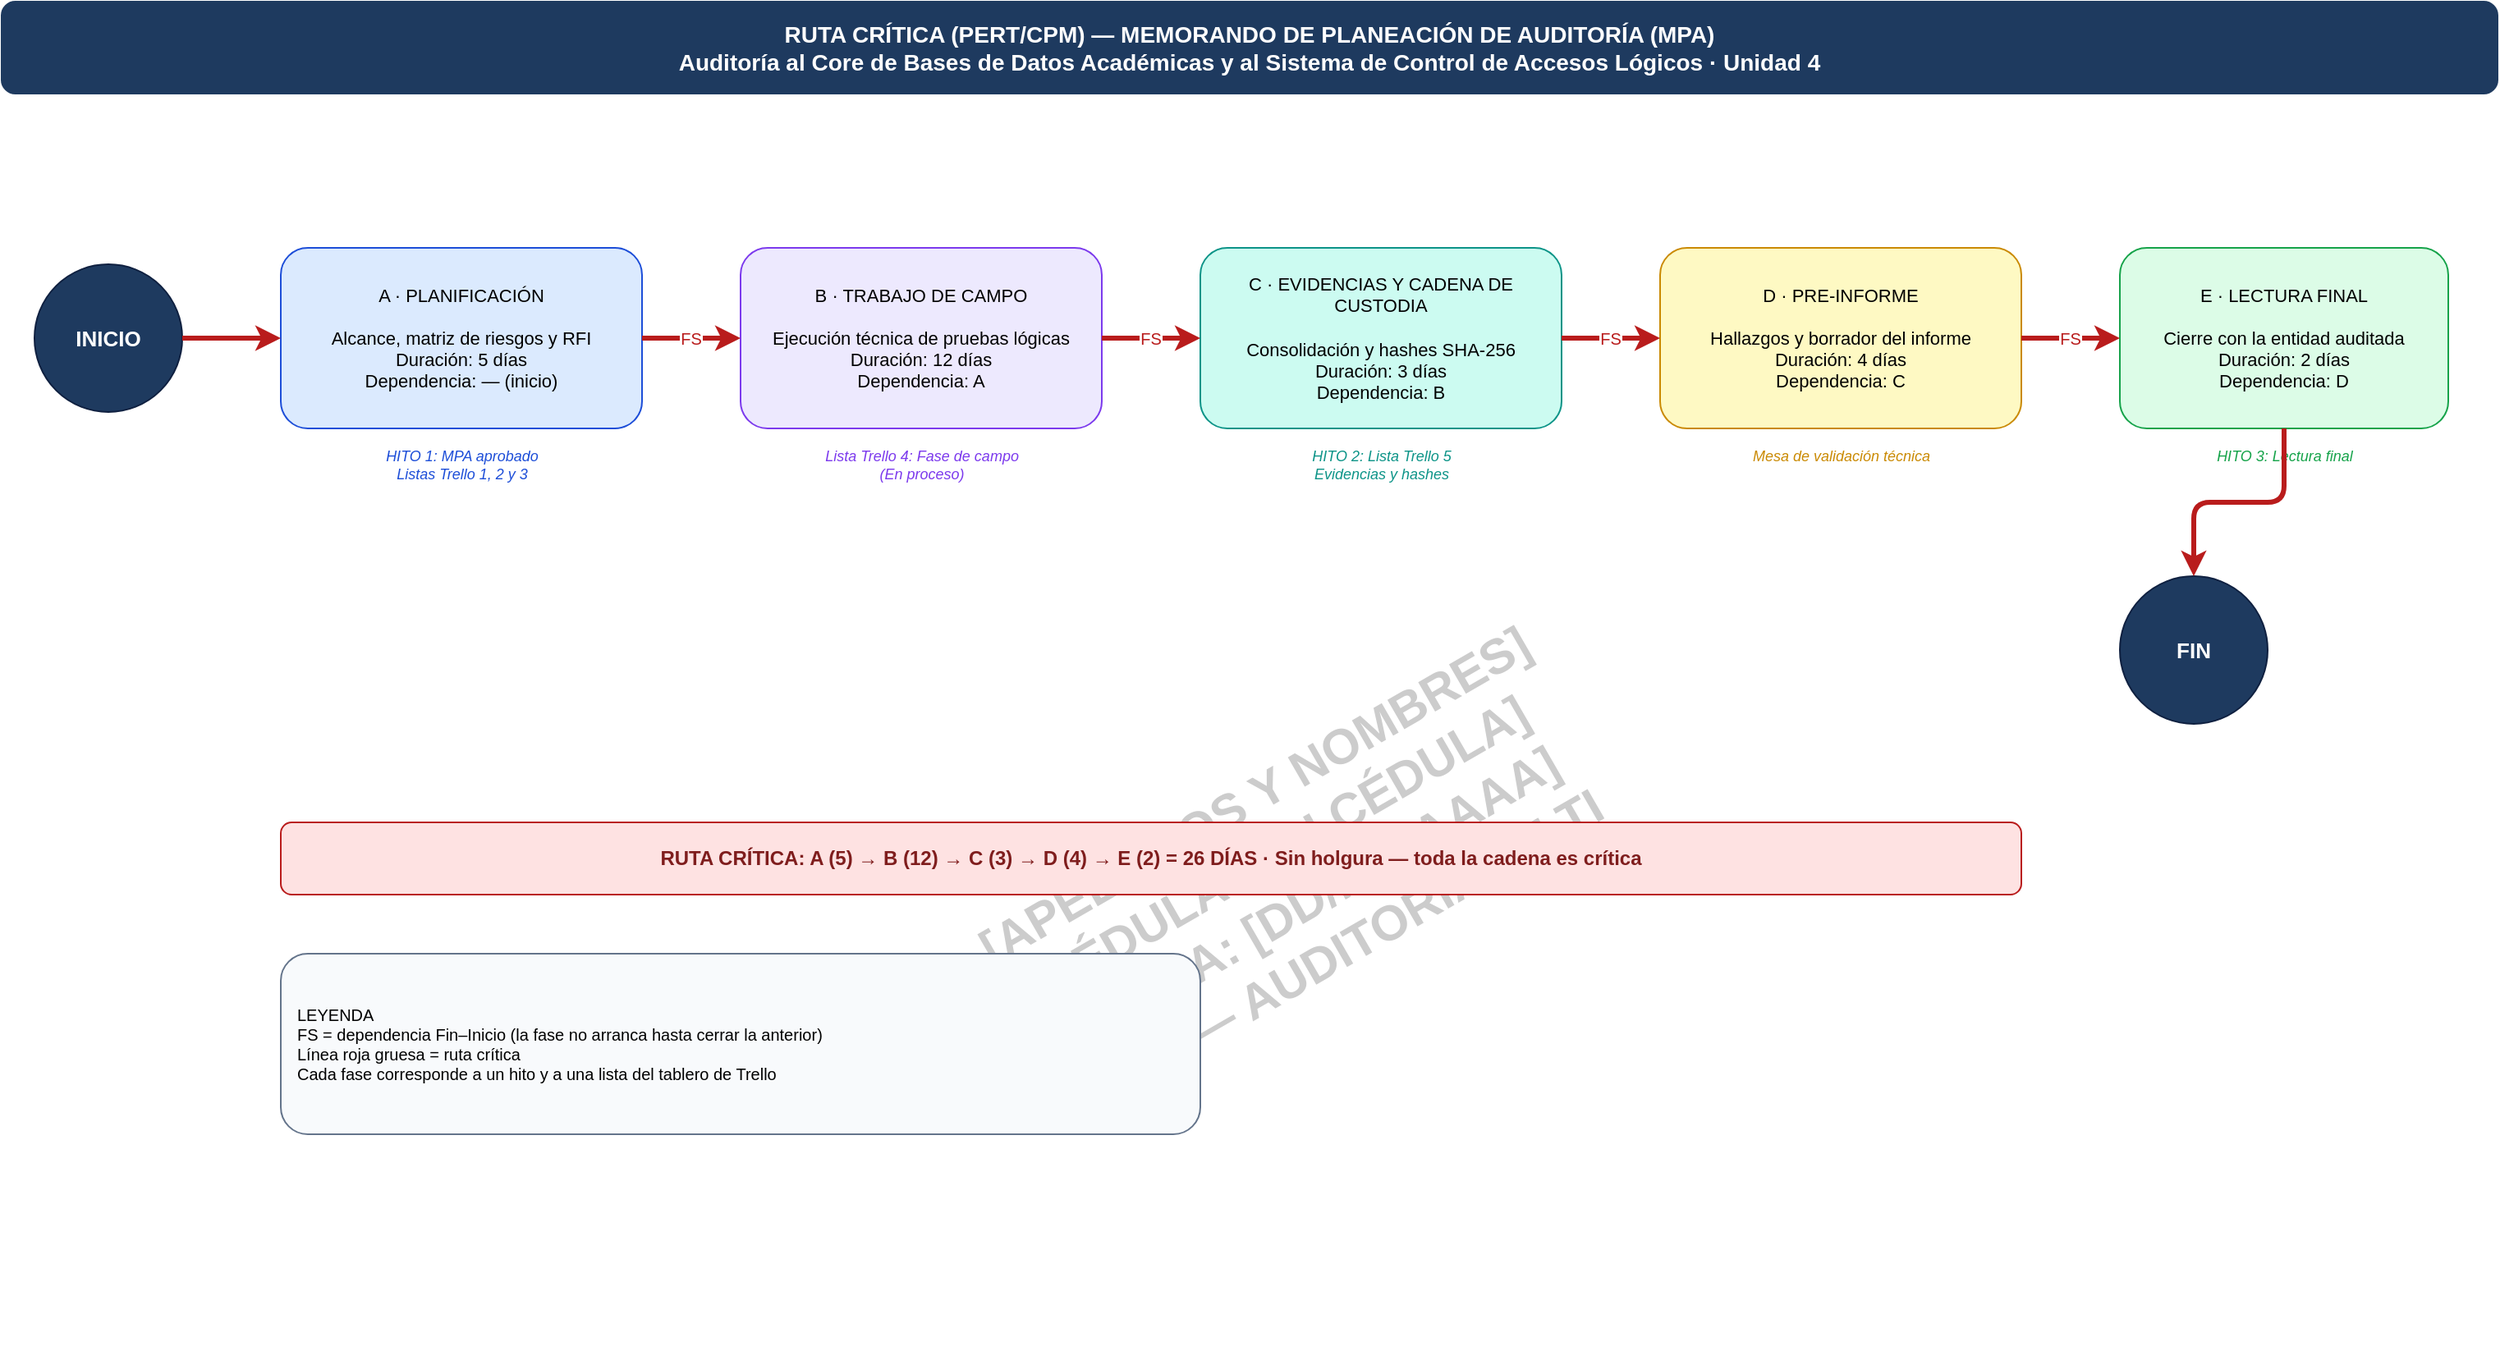
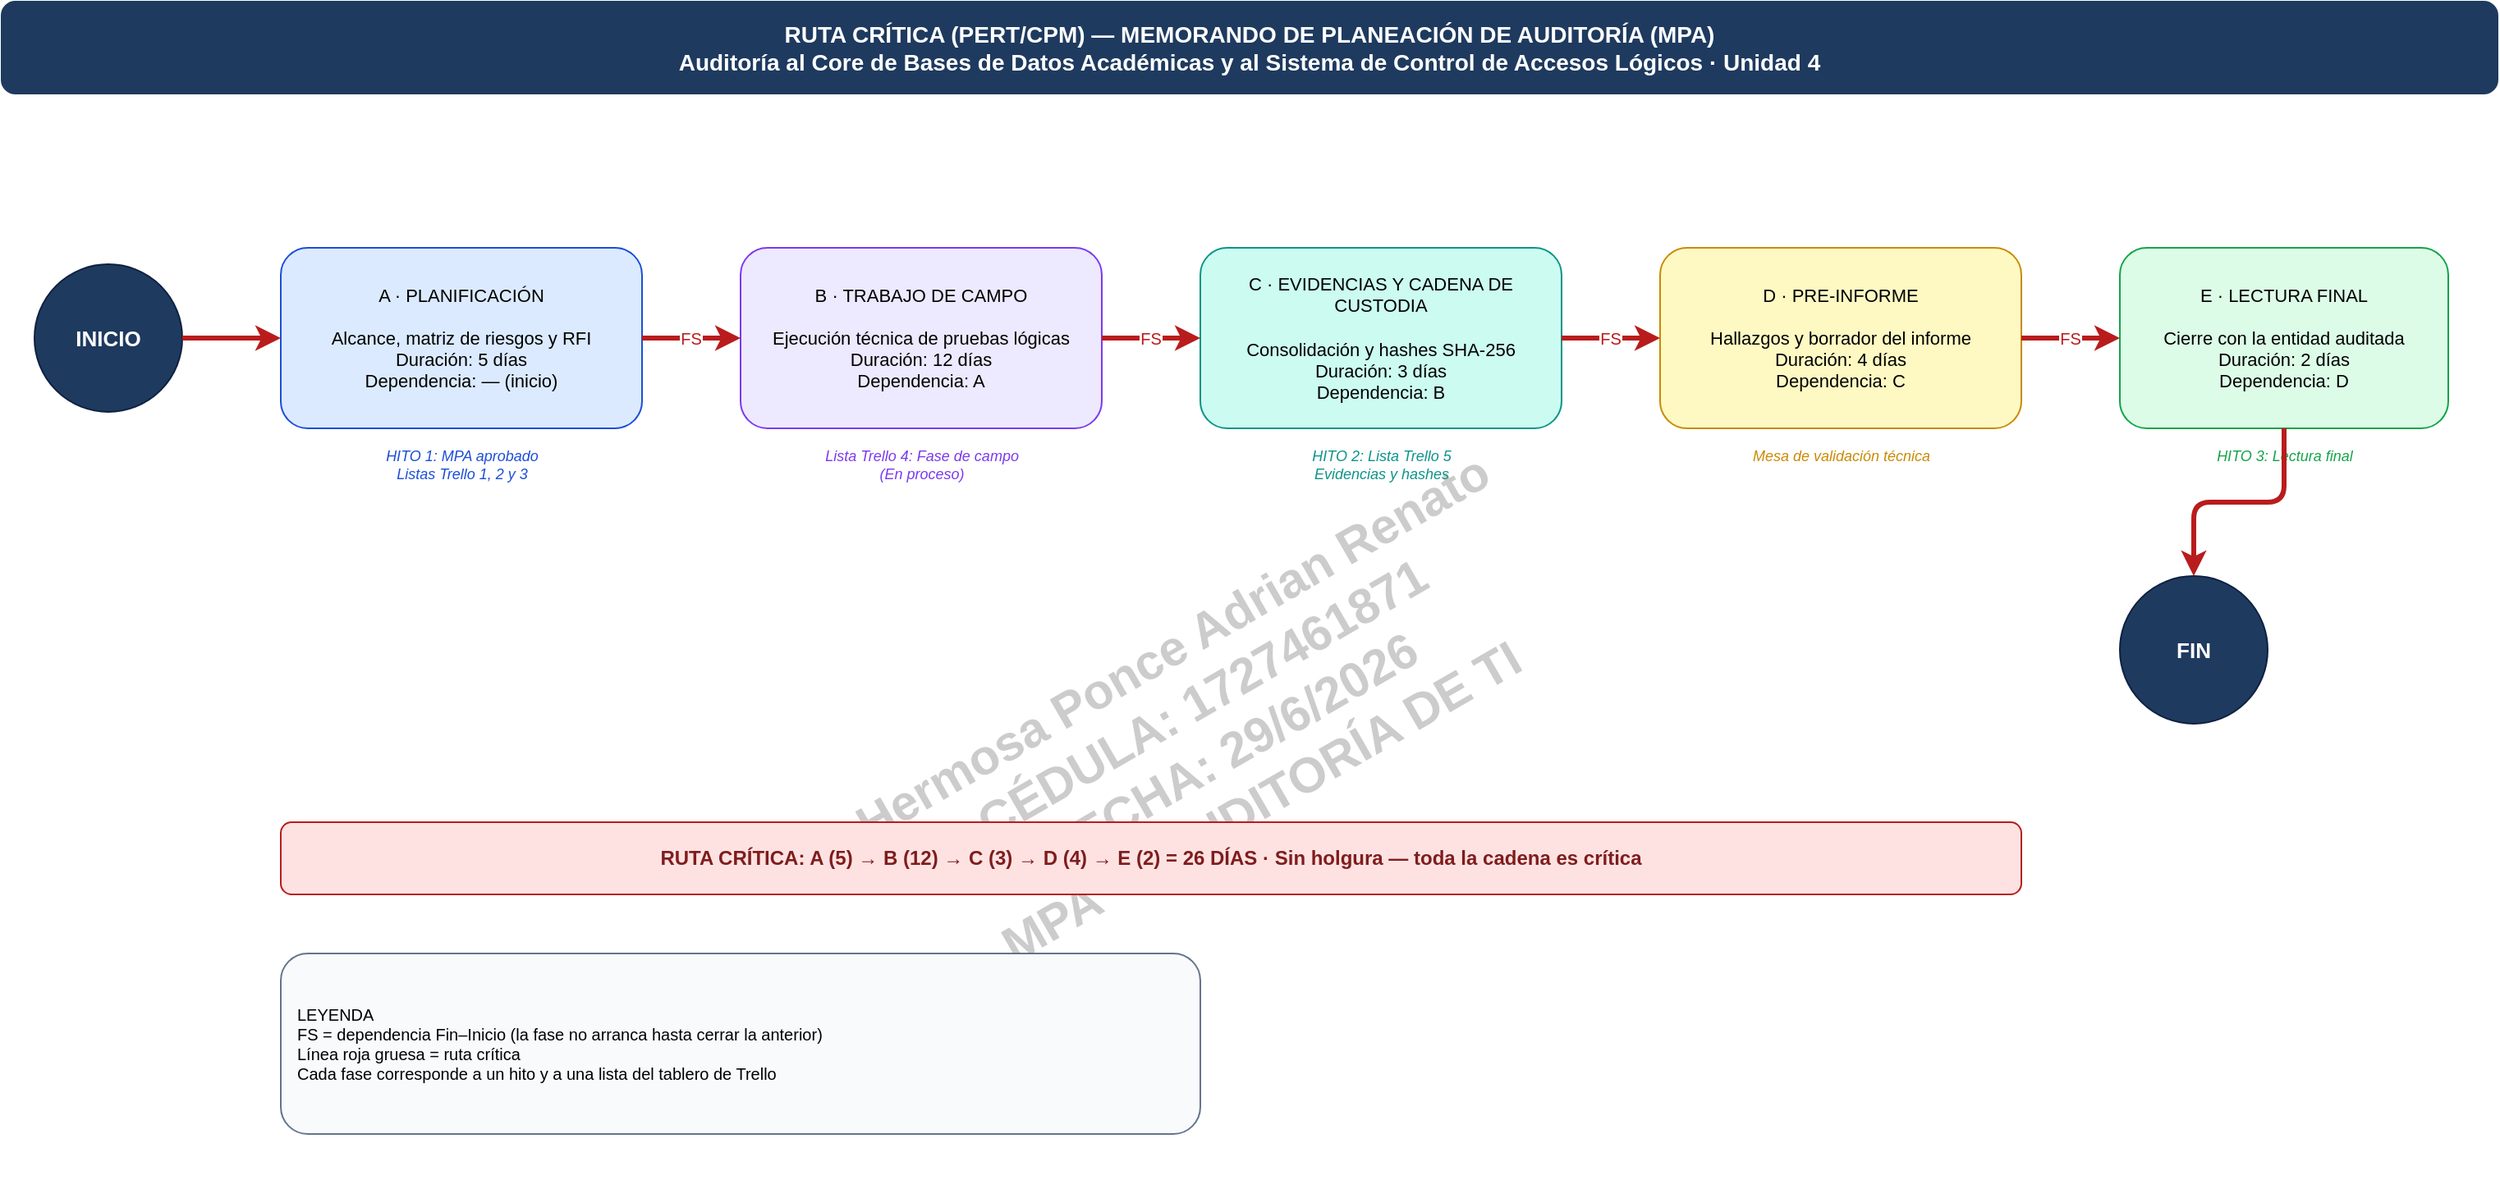
- <mxfile host="app.diagrams.net" modified="2026-06-29" agent="Claude AI" version="24.0.0" type="device">
+ <mxfile host="app.diagrams.net" agent="Claude AI">
  <diagram id="ruta-critica-mpa" name="Ruta Crítica — MPA Auditoría TI">
-     <mxGraphModel dx="1400" dy="900" grid="1" gridSize="10" guides="1" tooltips="1" connect="1" arrows="1" fold="1" page="1" pageScale="1" pageWidth="1600" pageHeight="1100" math="0" shadow="0">
+     <mxGraphModel dx="1691" dy="862" grid="1" gridSize="10" guides="1" tooltips="1" connect="1" arrows="1" fold="1" page="1" pageScale="1" pageWidth="1600" pageHeight="1100" math="0" shadow="0">
      <root>
-         <mxCell id="0"/>
-         <mxCell id="1" parent="0"/>
- 
-         <!-- ══ MARCA DE AGUA (REEMPLAZA TUS DATOS) ══ -->
-         <mxCell id="watermark" value="[APELLIDOS Y NOMBRES]&#xa;CÉDULA: [TU CÉDULA]&#xa;FECHA: [DD/MM/AAAA]&#xa;MPA — AUDITORÍA DE TI" style="text;html=1;align=center;verticalAlign=middle;whiteSpace=wrap;fontSize=30;fontStyle=1;fontColor=#CCCCCC;opacity=15;rotation=-30;" parent="1" vertex="1">
-           <mxGeometry x="480" y="420" width="700" height="260" as="geometry"/>
+         <mxCell id="0" />
+         <mxCell id="1" parent="0" />
+         <mxCell id="watermark" parent="1" style="text;html=1;align=center;verticalAlign=middle;whiteSpace=wrap;fontSize=30;fontStyle=1;fontColor=#CCCCCC;opacity=15;rotation=-30;" value="Hermosa Ponce Adrian Renato&lt;br&gt;CÉDULA: 1727461871&lt;br&gt;FECHA: 29/6/2026&lt;br&gt;MPA — AUDITORÍA DE TI" vertex="1">
+           <mxGeometry height="260" width="700" x="430" y="330" as="geometry" />
        </mxCell>
- 
-         <!-- ══ TÍTULO ══ -->
-         <mxCell id="titulo" value="RUTA CRÍTICA (PERT/CPM) — MEMORANDO DE PLANEACIÓN DE AUDITORÍA (MPA)&#xa;Auditoría al Core de Bases de Datos Académicas y al Sistema de Control de Accesos Lógicos · Unidad 4" style="text;html=1;align=center;verticalAlign=middle;whiteSpace=wrap;rounded=1;fontSize=14;fontStyle=1;fillColor=#1E3A5F;fontColor=#FFFFFF;strokeColor=#1E3A5F;" parent="1" vertex="1">
-           <mxGeometry x="40" y="20" width="1520" height="56" as="geometry"/>
+         <mxCell id="titulo" parent="1" style="text;html=1;align=center;verticalAlign=middle;whiteSpace=wrap;rounded=1;fontSize=14;fontStyle=1;fillColor=#1E3A5F;fontColor=#FFFFFF;strokeColor=#1E3A5F;" value="RUTA CRÍTICA (PERT/CPM) — MEMORANDO DE PLANEACIÓN DE AUDITORÍA (MPA)&#xa;Auditoría al Core de Bases de Datos Académicas y al Sistema de Control de Accesos Lógicos · Unidad 4" vertex="1">
+           <mxGeometry height="56" width="1520" x="40" y="20" as="geometry" />
        </mxCell>
- 
-         <!-- ══ NODO INICIO ══ -->
-         <mxCell id="inicio" value="INICIO" style="ellipse;whiteSpace=wrap;html=1;fillColor=#1E3A5F;strokeColor=#0F2040;fontColor=#FFFFFF;fontSize=13;fontStyle=1;align=center;" parent="1" vertex="1">
-           <mxGeometry x="60" y="180" width="90" height="90" as="geometry"/>
+         <mxCell id="inicio" parent="1" style="ellipse;whiteSpace=wrap;html=1;fillColor=#1E3A5F;strokeColor=#0F2040;fontColor=#FFFFFF;fontSize=13;fontStyle=1;align=center;" value="INICIO" vertex="1">
+           <mxGeometry height="90" width="90" x="60" y="180" as="geometry" />
        </mxCell>
- 
-         <!-- ══ FASE A — PLANIFICACIÓN ══ -->
-         <mxCell id="fA" value="A · PLANIFICACIÓN&#xa;&#xa;Alcance, matriz de riesgos y RFI&#xa;Duración: 5 días&#xa;Dependencia: — (inicio)" style="rounded=1;whiteSpace=wrap;html=1;fillColor=#DBEAFE;strokeColor=#1D4ED8;fontSize=11;fontStyle=0;align=center;verticalAlign=middle;" parent="1" vertex="1">
-           <mxGeometry x="210" y="170" width="220" height="110" as="geometry"/>
+         <mxCell id="fA" parent="1" style="rounded=1;whiteSpace=wrap;html=1;fillColor=#DBEAFE;strokeColor=#1D4ED8;fontSize=11;fontStyle=0;align=center;verticalAlign=middle;" value="A · PLANIFICACIÓN&#xa;&#xa;Alcance, matriz de riesgos y RFI&#xa;Duración: 5 días&#xa;Dependencia: — (inicio)" vertex="1">
+           <mxGeometry height="110" width="220" x="210" y="170" as="geometry" />
        </mxCell>
-         <mxCell id="hA" value="HITO 1: MPA aprobado&#xa;Listas Trello 1, 2 y 3" style="text;html=1;align=center;fontSize=9;fontStyle=2;fontColor=#1D4ED8;" parent="1" vertex="1">
-           <mxGeometry x="210" y="285" width="220" height="34" as="geometry"/>
+         <mxCell id="hA" parent="1" style="text;html=1;align=center;fontSize=9;fontStyle=2;fontColor=#1D4ED8;" value="HITO 1: MPA aprobado&#xa;Listas Trello 1, 2 y 3" vertex="1">
+           <mxGeometry height="34" width="220" x="210" y="285" as="geometry" />
        </mxCell>
- 
-         <!-- ══ FASE B — TRABAJO DE CAMPO ══ -->
-         <mxCell id="fB" value="B · TRABAJO DE CAMPO&#xa;&#xa;Ejecución técnica de pruebas lógicas&#xa;Duración: 12 días&#xa;Dependencia: A" style="rounded=1;whiteSpace=wrap;html=1;fillColor=#EDE9FE;strokeColor=#7C3AED;fontSize=11;align=center;verticalAlign=middle;" parent="1" vertex="1">
-           <mxGeometry x="490" y="170" width="220" height="110" as="geometry"/>
+         <mxCell id="fB" parent="1" style="rounded=1;whiteSpace=wrap;html=1;fillColor=#EDE9FE;strokeColor=#7C3AED;fontSize=11;align=center;verticalAlign=middle;" value="B · TRABAJO DE CAMPO&#xa;&#xa;Ejecución técnica de pruebas lógicas&#xa;Duración: 12 días&#xa;Dependencia: A" vertex="1">
+           <mxGeometry height="110" width="220" x="490" y="170" as="geometry" />
        </mxCell>
-         <mxCell id="hB" value="Lista Trello 4: Fase de campo&#xa;(En proceso)" style="text;html=1;align=center;fontSize=9;fontStyle=2;fontColor=#7C3AED;" parent="1" vertex="1">
-           <mxGeometry x="490" y="285" width="220" height="34" as="geometry"/>
+         <mxCell id="hB" parent="1" style="text;html=1;align=center;fontSize=9;fontStyle=2;fontColor=#7C3AED;" value="Lista Trello 4: Fase de campo&#xa;(En proceso)" vertex="1">
+           <mxGeometry height="34" width="220" x="490" y="285" as="geometry" />
        </mxCell>
- 
-         <!-- ══ FASE C — EVIDENCIAS ══ -->
-         <mxCell id="fC" value="C · EVIDENCIAS Y CADENA DE CUSTODIA&#xa;&#xa;Consolidación y hashes SHA-256&#xa;Duración: 3 días&#xa;Dependencia: B" style="rounded=1;whiteSpace=wrap;html=1;fillColor=#CCFBF1;strokeColor=#0D9488;fontSize=11;align=center;verticalAlign=middle;" parent="1" vertex="1">
-           <mxGeometry x="770" y="170" width="220" height="110" as="geometry"/>
+         <mxCell id="fC" parent="1" style="rounded=1;whiteSpace=wrap;html=1;fillColor=#CCFBF1;strokeColor=#0D9488;fontSize=11;align=center;verticalAlign=middle;" value="C · EVIDENCIAS Y CADENA DE CUSTODIA&#xa;&#xa;Consolidación y hashes SHA-256&#xa;Duración: 3 días&#xa;Dependencia: B" vertex="1">
+           <mxGeometry height="110" width="220" x="770" y="170" as="geometry" />
        </mxCell>
-         <mxCell id="hC" value="HITO 2: Lista Trello 5&#xa;Evidencias y hashes" style="text;html=1;align=center;fontSize=9;fontStyle=2;fontColor=#0D9488;" parent="1" vertex="1">
-           <mxGeometry x="770" y="285" width="220" height="34" as="geometry"/>
+         <mxCell id="hC" parent="1" style="text;html=1;align=center;fontSize=9;fontStyle=2;fontColor=#0D9488;" value="HITO 2: Lista Trello 5&#xa;Evidencias y hashes" vertex="1">
+           <mxGeometry height="34" width="220" x="770" y="285" as="geometry" />
        </mxCell>
- 
-         <!-- ══ FASE D — PRE-INFORME ══ -->
-         <mxCell id="fD" value="D · PRE-INFORME&#xa;&#xa;Hallazgos y borrador del informe&#xa;Duración: 4 días&#xa;Dependencia: C" style="rounded=1;whiteSpace=wrap;html=1;fillColor=#FEF9C3;strokeColor=#CA8A04;fontSize=11;align=center;verticalAlign=middle;" parent="1" vertex="1">
-           <mxGeometry x="1050" y="170" width="220" height="110" as="geometry"/>
+         <mxCell id="fD" parent="1" style="rounded=1;whiteSpace=wrap;html=1;fillColor=#FEF9C3;strokeColor=#CA8A04;fontSize=11;align=center;verticalAlign=middle;" value="D · PRE-INFORME&#xa;&#xa;Hallazgos y borrador del informe&#xa;Duración: 4 días&#xa;Dependencia: C" vertex="1">
+           <mxGeometry height="110" width="220" x="1050" y="170" as="geometry" />
        </mxCell>
-         <mxCell id="hD" value="Mesa de validación técnica" style="text;html=1;align=center;fontSize=9;fontStyle=2;fontColor=#CA8A04;" parent="1" vertex="1">
-           <mxGeometry x="1050" y="285" width="220" height="20" as="geometry"/>
+         <mxCell id="hD" parent="1" style="text;html=1;align=center;fontSize=9;fontStyle=2;fontColor=#CA8A04;" value="Mesa de validación técnica" vertex="1">
+           <mxGeometry height="20" width="220" x="1050" y="285" as="geometry" />
        </mxCell>
- 
-         <!-- ══ FASE E — LECTURA FINAL ══ -->
-         <mxCell id="fE" value="E · LECTURA FINAL&#xa;&#xa;Cierre con la entidad auditada&#xa;Duración: 2 días&#xa;Dependencia: D" style="rounded=1;whiteSpace=wrap;html=1;fillColor=#DCFCE7;strokeColor=#16A34A;fontSize=11;align=center;verticalAlign=middle;" parent="1" vertex="1">
-           <mxGeometry x="1330" y="170" width="200" height="110" as="geometry"/>
+         <mxCell id="fE" parent="1" style="rounded=1;whiteSpace=wrap;html=1;fillColor=#DCFCE7;strokeColor=#16A34A;fontSize=11;align=center;verticalAlign=middle;" value="E · LECTURA FINAL&#xa;&#xa;Cierre con la entidad auditada&#xa;Duración: 2 días&#xa;Dependencia: D" vertex="1">
+           <mxGeometry height="110" width="200" x="1330" y="170" as="geometry" />
        </mxCell>
-         <mxCell id="hE" value="HITO 3: Lectura final" style="text;html=1;align=center;fontSize=9;fontStyle=2;fontColor=#16A34A;" parent="1" vertex="1">
-           <mxGeometry x="1330" y="285" width="200" height="20" as="geometry"/>
+         <mxCell id="hE" parent="1" style="text;html=1;align=center;fontSize=9;fontStyle=2;fontColor=#16A34A;" value="HITO 3: Lectura final" vertex="1">
+           <mxGeometry height="20" width="200" x="1330" y="285" as="geometry" />
        </mxCell>
- 
-         <!-- ══ NODO FIN ══ -->
-         <mxCell id="fin" value="FIN" style="ellipse;whiteSpace=wrap;html=1;fillColor=#1E3A5F;strokeColor=#0F2040;fontColor=#FFFFFF;fontSize=13;fontStyle=1;align=center;" parent="1" vertex="1">
-           <mxGeometry x="1330" y="370" width="90" height="90" as="geometry"/>
+         <mxCell id="fin" parent="1" style="ellipse;whiteSpace=wrap;html=1;fillColor=#1E3A5F;strokeColor=#0F2040;fontColor=#FFFFFF;fontSize=13;fontStyle=1;align=center;" value="FIN" vertex="1">
+           <mxGeometry height="90" width="90" x="1330" y="370" as="geometry" />
        </mxCell>
- 
-         <!-- ══ CONEXIONES (RUTA CRÍTICA — Fin→Inicio) ══ -->
-         <mxCell id="e_ini_A" style="edgeStyle=orthogonalEdgeStyle;strokeColor=#B91C1C;strokeWidth=3;fontSize=10;fontColor=#B91C1C;" parent="1" source="inicio" target="fA" edge="1"><mxGeometry relative="1" as="geometry"/></mxCell>
-         <mxCell id="e_A_B" value="FS" style="edgeStyle=orthogonalEdgeStyle;strokeColor=#B91C1C;strokeWidth=3;fontSize=10;fontColor=#B91C1C;" parent="1" source="fA" target="fB" edge="1"><mxGeometry relative="1" as="geometry"/></mxCell>
-         <mxCell id="e_B_C" value="FS" style="edgeStyle=orthogonalEdgeStyle;strokeColor=#B91C1C;strokeWidth=3;fontSize=10;fontColor=#B91C1C;" parent="1" source="fB" target="fC" edge="1"><mxGeometry relative="1" as="geometry"/></mxCell>
-         <mxCell id="e_C_D" value="FS" style="edgeStyle=orthogonalEdgeStyle;strokeColor=#B91C1C;strokeWidth=3;fontSize=10;fontColor=#B91C1C;" parent="1" source="fC" target="fD" edge="1"><mxGeometry relative="1" as="geometry"/></mxCell>
-         <mxCell id="e_D_E" value="FS" style="edgeStyle=orthogonalEdgeStyle;strokeColor=#B91C1C;strokeWidth=3;fontSize=10;fontColor=#B91C1C;" parent="1" source="fD" target="fE" edge="1"><mxGeometry relative="1" as="geometry"/></mxCell>
-         <mxCell id="e_E_fin" style="edgeStyle=orthogonalEdgeStyle;strokeColor=#B91C1C;strokeWidth=3;" parent="1" source="fE" target="fin" edge="1"><mxGeometry relative="1" as="geometry"/></mxCell>
- 
-         <!-- ══ RESUMEN RUTA CRÍTICA ══ -->
-         <mxCell id="resumen" value="RUTA CRÍTICA: A (5) → B (12) → C (3) → D (4) → E (2) = 26 DÍAS · Sin holgura — toda la cadena es crítica" style="rounded=1;whiteSpace=wrap;html=1;fillColor=#FEE2E2;strokeColor=#B91C1C;fontSize=12;fontStyle=1;align=center;fontColor=#7F1D1D;" parent="1" vertex="1">
-           <mxGeometry x="210" y="520" width="1060" height="44" as="geometry"/>
+         <mxCell id="e_ini_A" edge="1" parent="1" source="inicio" style="edgeStyle=orthogonalEdgeStyle;strokeColor=#B91C1C;strokeWidth=3;fontSize=10;fontColor=#B91C1C;" target="fA">
+           <mxGeometry relative="1" as="geometry" />
        </mxCell>
- 
-         <!-- ══ LEYENDA ══ -->
-         <mxCell id="ley" value="LEYENDA&#xa;FS = dependencia Fin–Inicio (la fase no arranca hasta cerrar la anterior)&#xa;Línea roja gruesa = ruta crítica&#xa;Cada fase corresponde a un hito y a una lista del tablero de Trello" style="rounded=1;whiteSpace=wrap;html=1;fillColor=#F8FAFC;strokeColor=#64748B;fontSize=10;align=left;spacingLeft=8;verticalAlign=middle;" parent="1" vertex="1">
-           <mxGeometry x="210" y="600" width="560" height="110" as="geometry"/>
+         <mxCell id="e_A_B" edge="1" parent="1" source="fA" style="edgeStyle=orthogonalEdgeStyle;strokeColor=#B91C1C;strokeWidth=3;fontSize=10;fontColor=#B91C1C;" target="fB" value="FS">
+           <mxGeometry relative="1" as="geometry" />
        </mxCell>
- 
+         <mxCell id="e_B_C" edge="1" parent="1" source="fB" style="edgeStyle=orthogonalEdgeStyle;strokeColor=#B91C1C;strokeWidth=3;fontSize=10;fontColor=#B91C1C;" target="fC" value="FS">
+           <mxGeometry relative="1" as="geometry" />
+         </mxCell>
+         <mxCell id="e_C_D" edge="1" parent="1" source="fC" style="edgeStyle=orthogonalEdgeStyle;strokeColor=#B91C1C;strokeWidth=3;fontSize=10;fontColor=#B91C1C;" target="fD" value="FS">
+           <mxGeometry relative="1" as="geometry" />
+         </mxCell>
+         <mxCell id="e_D_E" edge="1" parent="1" source="fD" style="edgeStyle=orthogonalEdgeStyle;strokeColor=#B91C1C;strokeWidth=3;fontSize=10;fontColor=#B91C1C;" target="fE" value="FS">
+           <mxGeometry relative="1" as="geometry" />
+         </mxCell>
+         <mxCell id="e_E_fin" edge="1" parent="1" source="fE" style="edgeStyle=orthogonalEdgeStyle;strokeColor=#B91C1C;strokeWidth=3;" target="fin">
+           <mxGeometry relative="1" as="geometry" />
+         </mxCell>
+         <mxCell id="resumen" parent="1" style="rounded=1;whiteSpace=wrap;html=1;fillColor=#FEE2E2;strokeColor=#B91C1C;fontSize=12;fontStyle=1;align=center;fontColor=#7F1D1D;" value="RUTA CRÍTICA: A (5) → B (12) → C (3) → D (4) → E (2) = 26 DÍAS · Sin holgura — toda la cadena es crítica" vertex="1">
+           <mxGeometry height="44" width="1060" x="210" y="520" as="geometry" />
+         </mxCell>
+         <mxCell id="ley" parent="1" style="rounded=1;whiteSpace=wrap;html=1;fillColor=#F8FAFC;strokeColor=#64748B;fontSize=10;align=left;spacingLeft=8;verticalAlign=middle;" value="LEYENDA&#xa;FS = dependencia Fin–Inicio (la fase no arranca hasta cerrar la anterior)&#xa;Línea roja gruesa = ruta crítica&#xa;Cada fase corresponde a un hito y a una lista del tablero de Trello" vertex="1">
+           <mxGeometry height="110" width="560" x="210" y="600" as="geometry" />
+         </mxCell>
      </root>
    </mxGraphModel>
  </diagram>
</mxfile>
